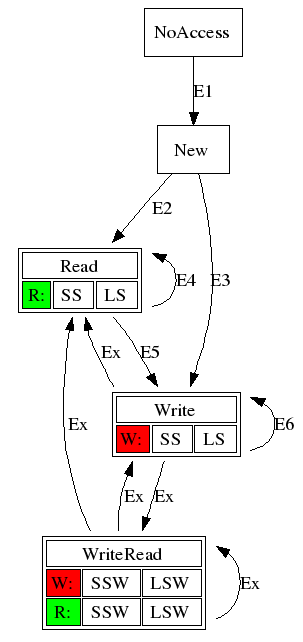
spurious/ThreadSanitizer-mirror keeps this Graphviz diagram as msm/prop2.png. Above is the earlier version. Its source is kept beside it as msm/prop2.dot. Source of this version:
```dot
digraph prop2 {
   NoAccess [shape=rectangle label="NoAccess"];
   New   [shape=rectangle label="New"];



   Read  [shape=plaintext label=<<TABLE BGCOLOR="white"> <tr>
        <td colspan="3">Read</td>
      </tr> <tr>
        <td bgcolor="green">R:</td>
        <td> SS </td>
        <td> LS </td>
      </tr> </TABLE>>
    ]

   Write  [shape=plaintext label=<<TABLE BGCOLOR="white"> <tr>
        <td colspan="3">Write</td>
      </tr> <tr>
        <td bgcolor="red">W:</td>
        <td> SS </td>
        <td> LS </td>
      </tr> </TABLE>>
    ]


   WriteRead  [shape=plaintext label=<<TABLE BGCOLOR="white"> <tr>
        <td colspan="3">WriteRead</td>
      </tr> <tr>
        <td bgcolor="red">W:</td>
        <td> SSW </td>
        <td> LSW </td>
      </tr> <tr>
        <td bgcolor="green">R:</td>
        <td> SSW </td>
        <td> LSW </td>
      </tr> </TABLE>>
    ]





   NoAccess -> New         [label="E1"];
   New      -> Read        [label="E2"];
   New      -> Write       [label="E3"];
   Read     -> Read        [label="E4"];
   Read     -> Write       [label="E5"];
   Write    -> Write       [label="E6"];
   Write    -> WriteRead   [label="Ex"];
   Write    -> Read        [label="Ex"];
   WriteRead-> WriteRead   [label="Ex"];
   WriteRead-> Read        [label="Ex"];
   WriteRead-> Write       [label="Ex"];


}
```
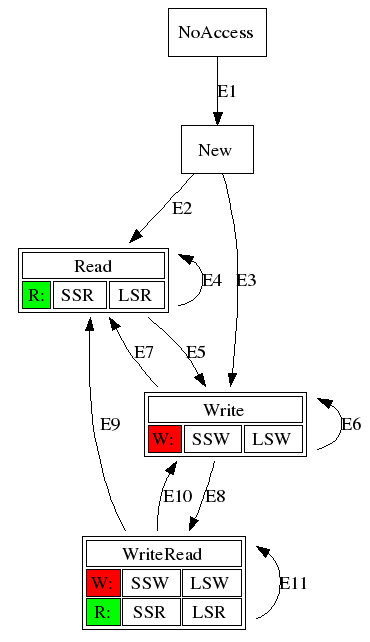
Later version of the same file.

Commit message:
git-svn-id: http://data-race-test.googlecode.com/svn/trunk@81 93a3164d-3a44-0410-8ae5-4baa038b0729

Diff of the diagram source:
```diff
@@ -8,8 +8,8 @@
         <td colspan="3">Read</td>
       </tr> <tr>
         <td bgcolor="green">R:</td>
-        <td> SS </td>
-        <td> LS </td>
+        <td> SSR </td>
+        <td> LSR </td>
       </tr> </TABLE>>
     ]
 
@@ -17,8 +17,8 @@
         <td colspan="3">Write</td>
       </tr> <tr>
         <td bgcolor="red">W:</td>
-        <td> SS </td>
-        <td> LS </td>
+        <td> SSW </td>
+        <td> LSW </td>
       </tr> </TABLE>>
     ]
 
@@ -31,8 +31,8 @@
         <td> LSW </td>
       </tr> <tr>
         <td bgcolor="green">R:</td>
-        <td> SSW </td>
-        <td> LSW </td>
+        <td> SSR </td>
+        <td> LSR </td>
       </tr> </TABLE>>
     ]
 
@@ -46,11 +46,11 @@
    Read     -> Read        [label="E4"];
    Read     -> Write       [label="E5"];
    Write    -> Write       [label="E6"];
-   Write    -> WriteRead   [label="Ex"];
-   Write    -> Read        [label="Ex"];
-   WriteRead-> WriteRead   [label="Ex"];
-   WriteRead-> Read        [label="Ex"];
-   WriteRead-> Write       [label="Ex"];
+   Write    -> Read        [label="E7"];
+   Write    -> WriteRead   [label="E8"];
+   WriteRead-> Read        [label="E9"];
+   WriteRead-> Write       [label="E10"];
+   WriteRead-> WriteRead   [label="E11"];
 
 
 }
```
